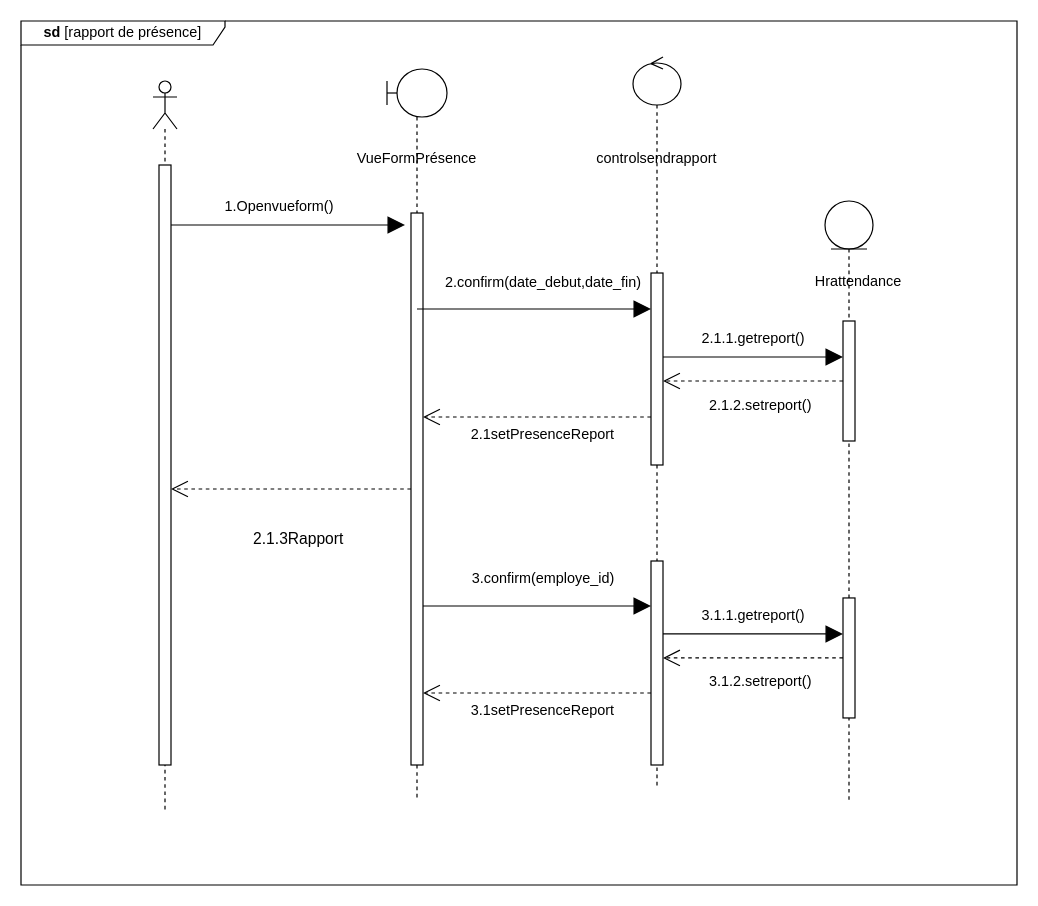
Earlier version of the draw.io diagram static/Diagramme de séquence conceptuel rapport de présence.drawio (Siluearsene/borne_biometrique). Source tidied: cells renumbered, new cells numbered last; positions are measured from the earlier drawing's top-left corner, leaving out a move shared by most shapes. Both pictures are drawn from the tidied source at 120%, with x=0, y=0 at pixel (20, 20).
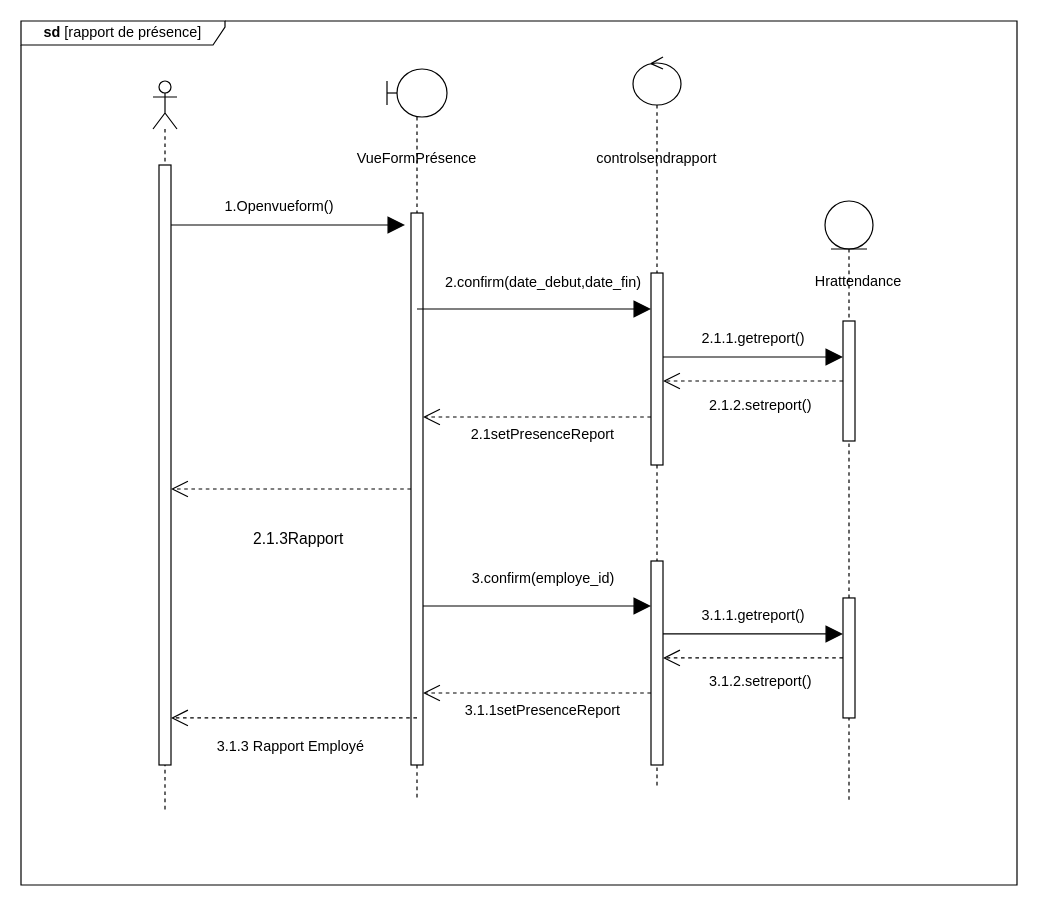
The same page after the edit.

Commit message (it also covers changes not shown here):
Mettre à jour Diagramme de séquence conceptuel rapport de présence.drawio

Unchanged cells that the change refers to:
```xml
<mxCell id="6" style="html=1;points=[];perimeter=orthogonalPerimeter;outlineConnect=0;targetShapes=umlLifeline;portConstraint=eastwest;newEdgeStyle={&quot;edgeStyle&quot;:&quot;elbowEdgeStyle&quot;,&quot;elbow&quot;:&quot;vertical&quot;,&quot;curved&quot;:0,&quot;rounded&quot;:0};" parent="5" vertex="1">
  <mxGeometry x="5" y="70" width="10" height="500" as="geometry" />
</mxCell>
```

Change to the diagram source:
```diff
@@
-    <mxCell id="34" value="3.1setPresenceReport" style="text;html=1;strokeColor=none;fillColor=none;align=center;verticalAlign=middle;whiteSpace=wrap;rounded=0;" parent="1" vertex="1">
+    <mxCell id="34" value="3.1.1setPresenceReport" style="text;html=1;strokeColor=none;fillColor=none;align=center;verticalAlign=middle;whiteSpace=wrap;rounded=0;" parent="1" vertex="1">
       <mxGeometry x="405" y="560" width="60" height="30" as="geometry" />
     </mxCell>
@@
+    <mxCell id="36" style="endArrow=open;dashed=1;endFill=0;endSize=12;html=1;rounded=0;" parent="1" edge="1" target="6">
+      <mxGeometry relative="1" as="geometry">
+        <mxPoint x="330" y="580.8" as="sourcePoint" />
+      </mxGeometry>
+    </mxCell>
+    <mxCell id="37" value="3.1.3 Rapport Employé" style="text;html=1;strokeColor=none;fillColor=none;align=center;verticalAlign=middle;whiteSpace=wrap;rounded=0;" parent="1" vertex="1">
+      <mxGeometry x="150" y="590" width="150" height="30" as="geometry" />
+    </mxCell>
```
